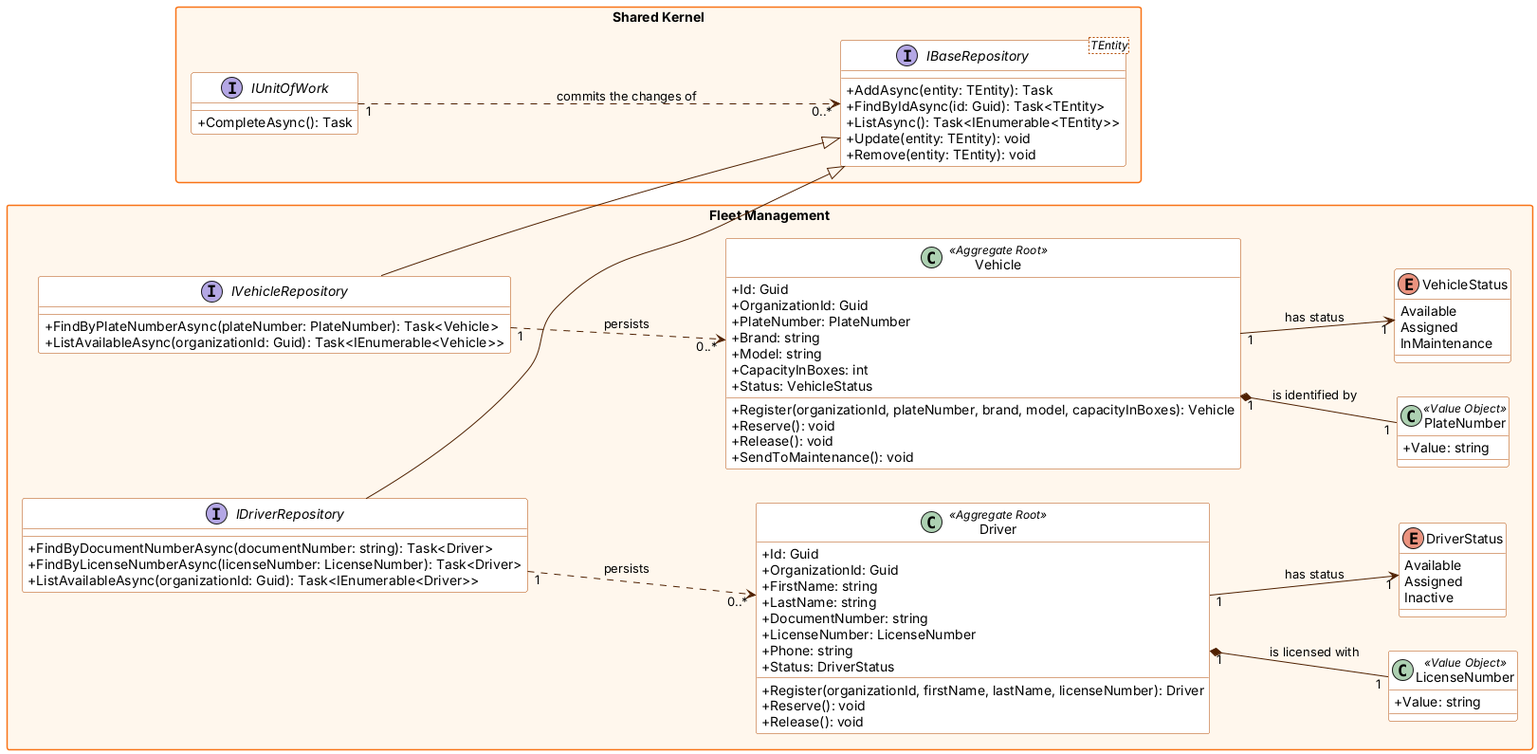
Above: img/Software-Object-Oriented-Design/backend-class-fleet-management.png in 1ASI0730-2620-8084-CodeCrafters/bottle-track-report (PlantUML), before the change.
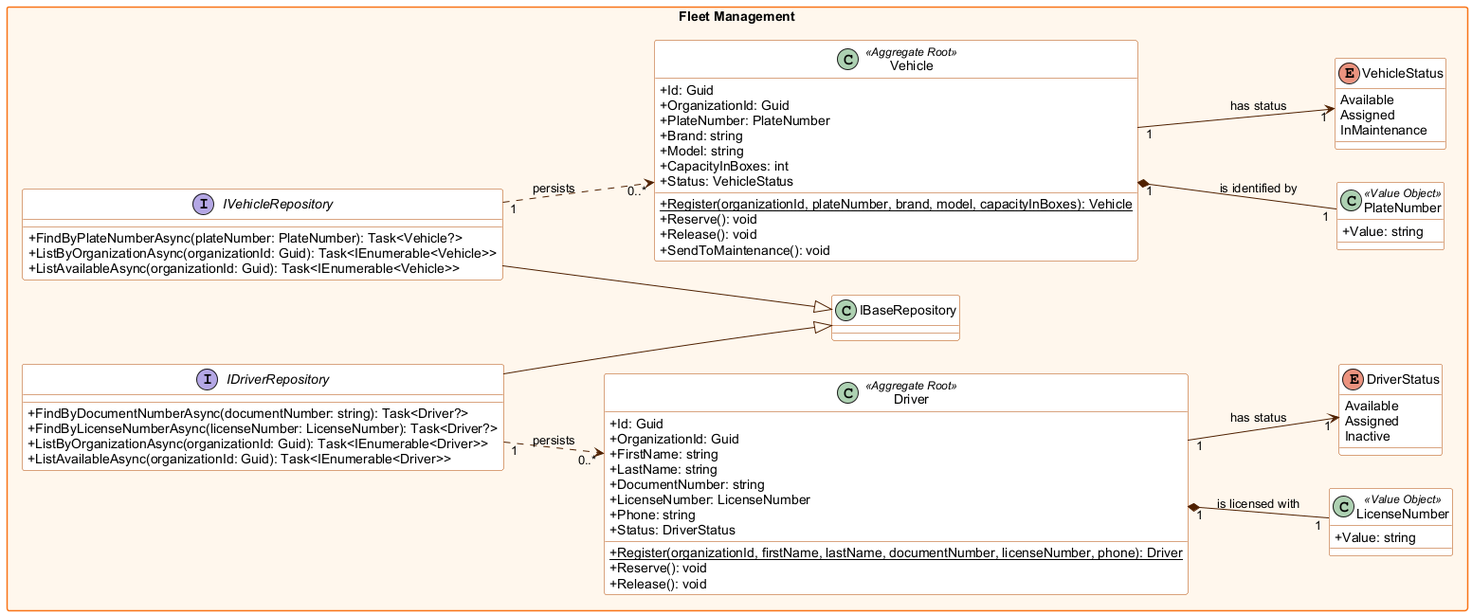
Later version of the same file.

Commit message:
docs(class-diagram): align fleet management backend classes with the code

Change to the diagram source:
```diff
@@ -1,4 +1,4 @@
-@startuml
+@startuml backend-class-fleet-management
 skinparam classAttributeIconSize 0
 skinparam packageStyle rectangle
 skinparam shadowing false
@@ -14,19 +14,6 @@
 }
 left to right direction
 
-package "Shared Kernel" {
-  interface "IBaseRepository<TEntity>" as IBaseRepository {
-    + AddAsync(entity: TEntity): Task
-    + FindByIdAsync(id: Guid): Task<TEntity>
-    + ListAsync(): Task<IEnumerable<TEntity>>
-    + Update(entity: TEntity): void
-    + Remove(entity: TEntity): void
-  }
-  interface IUnitOfWork {
-    + CompleteAsync(): Task
-  }
-  IUnitOfWork "1" ..> "0..*" IBaseRepository : commits the changes of
-}
 package "Fleet Management" {
   class Vehicle <<Aggregate Root>> {
     + Id: Guid
@@ -36,7 +23,7 @@
     + Model: string
     + CapacityInBoxes: int
     + Status: VehicleStatus
-    + Register(organizationId, plateNumber, brand, model, capacityInBoxes): Vehicle
+    + {static} Register(organizationId, plateNumber, brand, model, capacityInBoxes): Vehicle
     + Reserve(): void
     + Release(): void
     + SendToMaintenance(): void
@@ -50,7 +37,7 @@
     + LicenseNumber: LicenseNumber
     + Phone: string
     + Status: DriverStatus
-    + Register(organizationId, firstName, lastName, licenseNumber): Driver
+    + {static} Register(organizationId, firstName, lastName, documentNumber, licenseNumber, phone): Driver
     + Reserve(): void
     + Release(): void
   }
@@ -71,12 +58,14 @@
     Inactive
   }
   interface IVehicleRepository {
-    + FindByPlateNumberAsync(plateNumber: PlateNumber): Task<Vehicle>
+    + FindByPlateNumberAsync(plateNumber: PlateNumber): Task<Vehicle?>
+    + ListByOrganizationAsync(organizationId: Guid): Task<IEnumerable<Vehicle>>
     + ListAvailableAsync(organizationId: Guid): Task<IEnumerable<Vehicle>>
   }
   interface IDriverRepository {
-    + FindByDocumentNumberAsync(documentNumber: string): Task<Driver>
-    + FindByLicenseNumberAsync(licenseNumber: LicenseNumber): Task<Driver>
+    + FindByDocumentNumberAsync(documentNumber: string): Task<Driver?>
+    + FindByLicenseNumberAsync(licenseNumber: LicenseNumber): Task<Driver?>
+    + ListByOrganizationAsync(organizationId: Guid): Task<IEnumerable<Driver>>
     + ListAvailableAsync(organizationId: Guid): Task<IEnumerable<Driver>>
   }
   Vehicle "1" *-- "1" PlateNumber : is identified by
```
